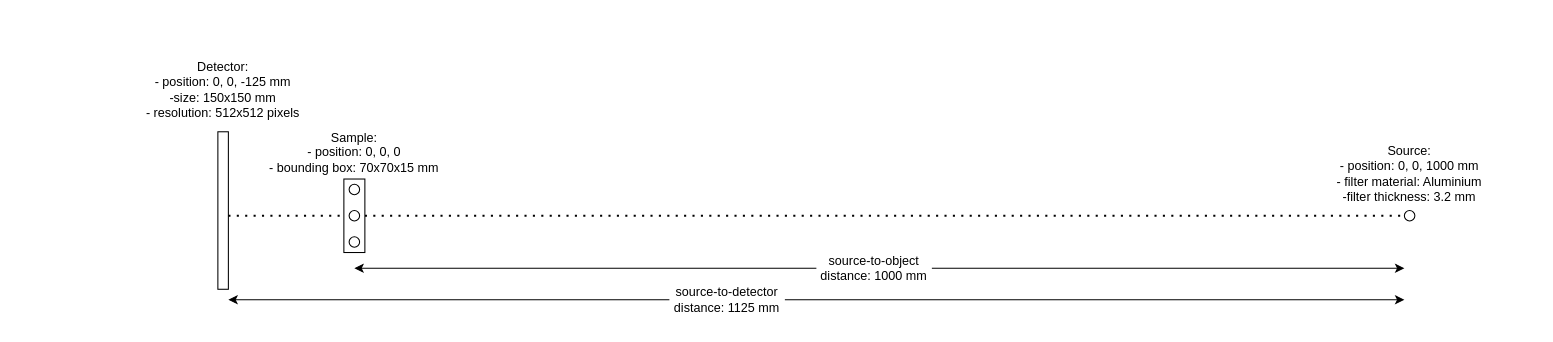
This is 1-GATE_vs_gVirtualXRay/doc/setup.drawio from effepivi/gvxr-CMPB, a draw.io file, before an edit. Source tidied: cells renumbered, new cells numbered last; positions are measured from the earlier drawing's top-left corner, leaving out a move shared by most shapes. Both pictures are drawn from the tidied source at 105%, with x=0, y=0 at pixel (133, 79).
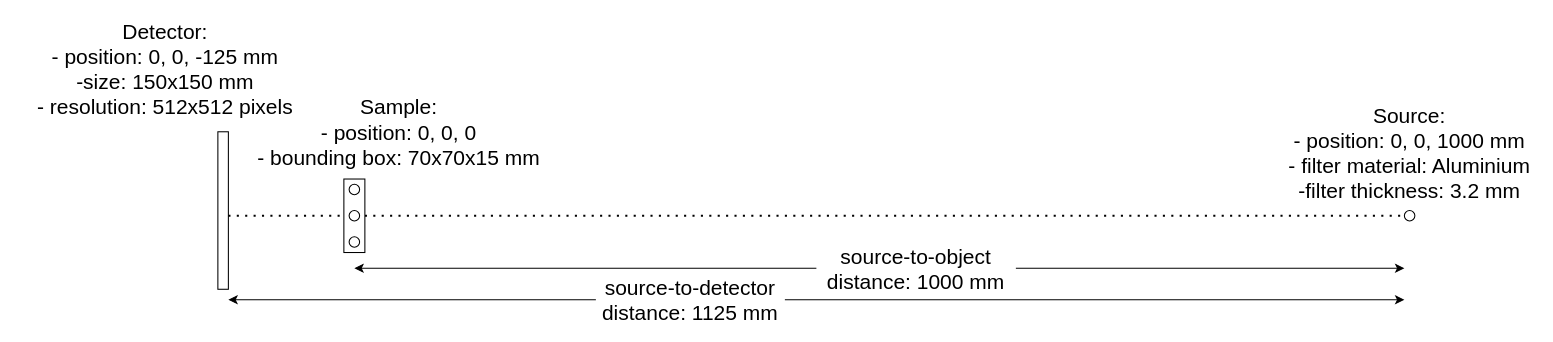
The same page after the edit.

Commit message:
Resize font

Change to the diagram source:
```diff
@@
-    <mxCell id="13" value="&lt;div&gt;Detector:&lt;/div&gt;&lt;div&gt;- position: 0, 0, -125 mm&lt;br&gt;&lt;/div&gt;&lt;div&gt;-size: 150x150 mm&lt;/div&gt;&lt;div&gt;- resolution: 512x512 pixels&lt;br&gt;&lt;/div&gt;" style="text;html=1;strokeColor=none;fillColor=none;align=center;verticalAlign=middle;whiteSpace=wrap;rounded=0;" parent="1" vertex="1">
-      <mxGeometry width="170" height="20" as="geometry" />
+    <mxCell id="13" value="&lt;div style=&quot;font-size: 20px;&quot;&gt;Detector:&lt;/div&gt;&lt;div style=&quot;font-size: 20px;&quot;&gt;- position: 0, 0, -125 mm&lt;br style=&quot;font-size: 20px;&quot;&gt;&lt;/div&gt;&lt;div style=&quot;font-size: 20px;&quot;&gt;-size: 150x150 mm&lt;/div&gt;&lt;div style=&quot;font-size: 20px;&quot;&gt;- resolution: 512x512 pixels&lt;br style=&quot;font-size: 20px;&quot;&gt;&lt;/div&gt;" style="text;html=1;strokeColor=none;fillColor=none;align=center;verticalAlign=middle;whiteSpace=wrap;rounded=0;fontSize=20;" parent="1" vertex="1">
+      <mxGeometry x="-110" y="-20" width="280" height="20" as="geometry" />
     </mxCell>
-    <mxCell id="14" value="&lt;div&gt;Sample:&lt;/div&gt;&lt;div&gt;- position: 0, 0, 0&lt;/div&gt;&lt;div&gt;- bounding box: 70x70x15 mm&lt;br&gt;&lt;/div&gt;" style="text;html=1;strokeColor=none;fillColor=none;align=center;verticalAlign=middle;whiteSpace=wrap;rounded=0;" parent="1" vertex="1">
-      <mxGeometry x="125" y="60" width="170" height="20" as="geometry" />
+    <mxCell id="14" value="&lt;div style=&quot;font-size: 20px;&quot;&gt;Sample:&lt;/div&gt;&lt;div style=&quot;font-size: 20px;&quot;&gt;- position: 0, 0, 0&lt;/div&gt;&lt;div style=&quot;font-size: 20px;&quot;&gt;- bounding box: 70x70x15 mm&lt;br style=&quot;font-size: 20px;&quot;&gt;&lt;/div&gt;" style="text;html=1;strokeColor=none;fillColor=none;align=center;verticalAlign=middle;whiteSpace=wrap;rounded=0;fontSize=20;" parent="1" vertex="1">
+      <mxGeometry x="90" y="40" width="325" height="20" as="geometry" />
     </mxCell>
-    <mxCell id="15" value="&lt;div&gt;Source:&lt;/div&gt;&lt;div&gt;- position: 0, 0, 1000 mm&lt;/div&gt;&lt;div&gt;- filter material: Aluminium&lt;/div&gt;&lt;div&gt;-filter thickness: 3.2 mm&lt;br&gt;&lt;/div&gt;" style="text;html=1;strokeColor=none;fillColor=none;align=center;verticalAlign=middle;whiteSpace=wrap;rounded=0;" parent="1" vertex="1">
-      <mxGeometry x="1140" y="80" width="150" height="20" as="geometry" />
+    <mxCell id="15" value="&lt;div style=&quot;font-size: 20px;&quot;&gt;Source:&lt;/div&gt;&lt;div style=&quot;font-size: 20px;&quot;&gt;- position: 0, 0, 1000 mm&lt;/div&gt;&lt;div style=&quot;font-size: 20px;&quot;&gt;- filter material: Aluminium&lt;/div&gt;&lt;div style=&quot;font-size: 20px;&quot;&gt;-filter thickness: 3.2 mm&lt;br style=&quot;font-size: 20px;&quot;&gt;&lt;/div&gt;" style="text;html=1;strokeColor=none;fillColor=none;align=center;verticalAlign=middle;whiteSpace=wrap;rounded=0;fontSize=20;" parent="1" vertex="1">
+      <mxGeometry x="1095" y="60" width="240" height="20" as="geometry" />
     </mxCell>
-    <mxCell id="16" value="source-to-object distance: 1000 mm" style="text;html=1;strokeColor=none;fillColor=none;align=center;verticalAlign=middle;whiteSpace=wrap;rounded=0;" parent="1" vertex="1">
-      <mxGeometry x="650" y="170" width="110" height="20" as="geometry" />
+    <mxCell id="16" value="source-to-object distance: 1000 mm" style="text;html=1;strokeColor=none;fillColor=none;align=center;verticalAlign=middle;whiteSpace=wrap;rounded=0;fontSize=20;" parent="1" vertex="1">
+      <mxGeometry x="650" y="170" width="190" height="20" as="geometry" />
     </mxCell>
@@
-    <mxCell id="18" value="source-to-detector distance: 1125 mm" style="text;html=1;strokeColor=none;fillColor=none;align=center;verticalAlign=middle;whiteSpace=wrap;rounded=0;" parent="1" vertex="1">
-      <mxGeometry x="510" y="200" width="110" height="20" as="geometry" />
+    <mxCell id="18" value="source-to-detector distance: 1125 mm" style="text;html=1;strokeColor=none;fillColor=none;align=center;verticalAlign=middle;whiteSpace=wrap;rounded=0;fontSize=20;" parent="1" vertex="1">
+      <mxGeometry x="440" y="200" width="180" height="20" as="geometry" />
     </mxCell>
```
